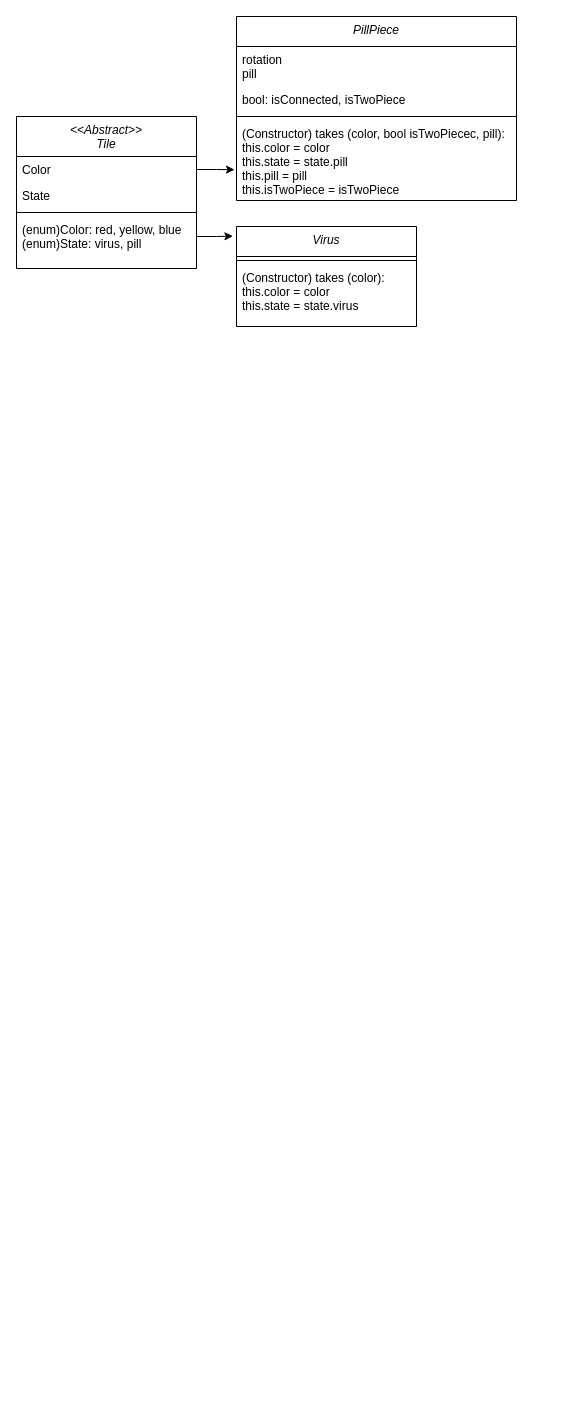
This is class diagram.drawio from Kr1ngl3/Amigo, a draw.io file, before an edit. Source tidied: cells renumbered, new cells numbered last; positions are measured from the earlier drawing's top-left corner, leaving out a move shared by most shapes. Both pictures are drawn from the tidied source at 100%, with x=0, y=0 at pixel (16, 16).
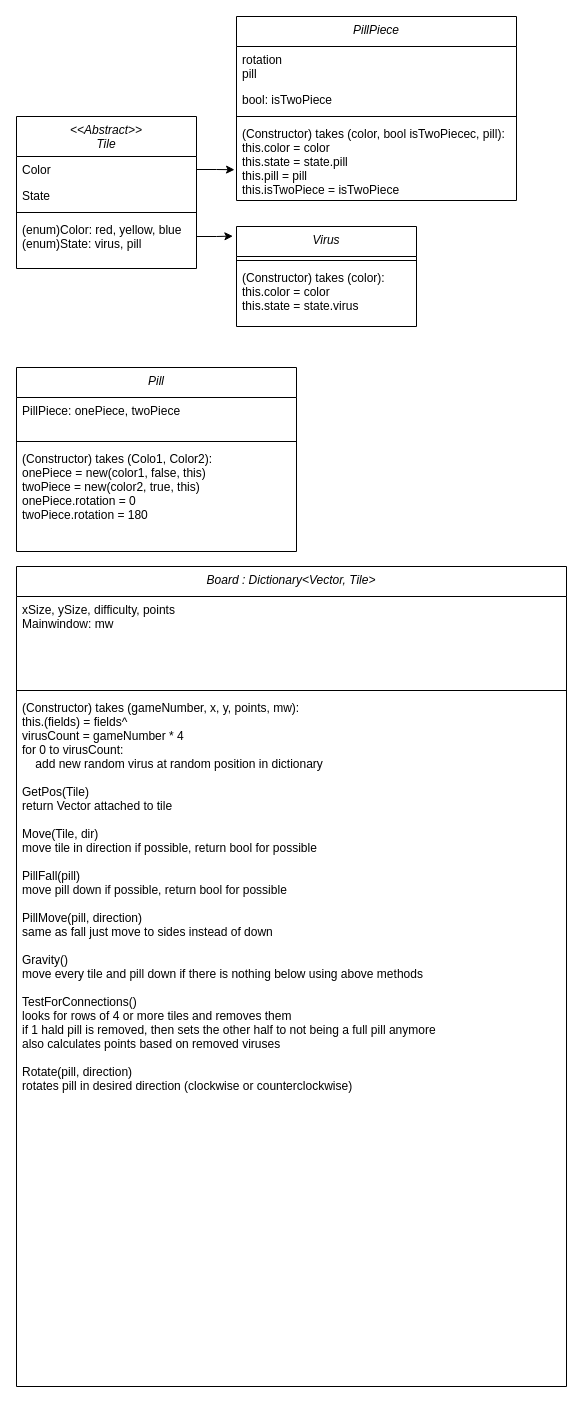
The same diagram, later.

Commit message (it also covers changes not shown here):
class diagram

The change refers to these unchanged cells:
```xml
<mxCell id="7" value="PillPiece" style="swimlane;fontStyle=2;align=center;verticalAlign=top;horizontal=1;startSize=30;rounded=0;shadow=0;strokeWidth=1;" parent="1" vertex="1">
  <mxGeometry x="220" width="280" height="184" as="geometry" />
</mxCell>
```

What changed in the source:
```diff
@@
-    <mxCell id="9" value="bool: isConnected, isTwoPiece" style="text;align=left;verticalAlign=top;spacingLeft=4;spacingRight=4;overflow=hidden;rounded=0;shadow=0;html=0;" parent="7" vertex="1">
+    <mxCell id="9" value="bool: isTwoPiece" style="text;align=left;verticalAlign=top;spacingLeft=4;spacingRight=4;overflow=hidden;rounded=0;shadow=0;html=0;" parent="7" vertex="1">
       <mxGeometry y="70" width="280" height="26" as="geometry" />
     </mxCell>
@@
+    <mxCell id="17" value="Pill" style="swimlane;fontStyle=2;align=center;verticalAlign=top;horizontal=1;startSize=30;rounded=0;shadow=0;strokeWidth=1;" parent="1" vertex="1">
+      <mxGeometry y="351" width="280" height="184" as="geometry" />
+    </mxCell>
+    <mxCell id="18" value="PillPiece: onePiece, twoPiece" style="text;align=left;verticalAlign=top;spacingLeft=4;spacingRight=4;overflow=hidden;" parent="17" vertex="1">
+      <mxGeometry y="30" width="280" height="40" as="geometry" />
+    </mxCell>
+    <mxCell id="19" style="line;html=1;strokeWidth=1;align=left;verticalAlign=middle;spacingTop=-1;spacingLeft=3;spacingRight=3;labelPosition=right;" parent="17" vertex="1">
+      <mxGeometry y="70" width="280" height="8" as="geometry" />
+    </mxCell>
+    <mxCell id="20" value="(Constructor) takes (Colo1, Color2):&#10;onePiece = new(color1, false, this)&#10;twoPiece = new(color2, true, this)&#10;onePiece.rotation = 0&#10;twoPiece.rotation = 180" style="text;align=left;verticalAlign=top;spacingLeft=4;spacingRight=4;overflow=hidden;" parent="17" vertex="1">
+      <mxGeometry y="78" width="280" height="80" as="geometry" />
+    </mxCell>
+    <mxCell id="21" value="Board : Dictionary&lt;Vector, Tile&gt;" style="swimlane;fontStyle=2;align=center;verticalAlign=top;horizontal=1;startSize=30;rounded=0;shadow=0;strokeWidth=1;" parent="1" vertex="1">
+      <mxGeometry y="550" width="550" height="820" as="geometry" />
+    </mxCell>
+    <mxCell id="22" value="xSize, ySize, difficulty, points&#10;Mainwindow: mw" style="text;align=left;verticalAlign=top;spacingLeft=4;spacingRight=4;overflow=hidden;" parent="21" vertex="1">
+      <mxGeometry y="30" width="550" height="90" as="geometry" />
+    </mxCell>
+    <mxCell id="23" style="line;html=1;strokeWidth=1;align=left;verticalAlign=middle;spacingTop=-1;spacingLeft=3;spacingRight=3;labelPosition=right;" parent="21" vertex="1">
+      <mxGeometry y="120" width="550" height="8" as="geometry" />
+    </mxCell>
+    <mxCell id="24" value="(Constructor) takes (gameNumber, x, y, points, mw):&#10;this.(fields) = fields^&#10;virusCount = gameNumber * 4&#10;for 0 to virusCount:&#10;    add new random virus at random position in dictionary&#10;&#10;GetPos(Tile)&#10;return Vector attached to tile&#10;&#10;Move(Tile, dir)&#10;move tile in direction if possible, return bool for possible&#10;&#10;PillFall(pill)&#10;move pill down if possible, return bool for possible&#10;&#10;PillMove(pill, direction)&#10;same as fall just move to sides instead of down&#10;&#10;Gravity()&#10;move every tile and pill down if there is nothing below using above methods&#10;&#10;TestForConnections()&#10;looks for rows of 4 or more tiles and removes them&#10;if 1 hald pill is removed, then sets the other half to not being a full pill anymore&#10;also calculates points based on removed viruses&#10;&#10;Rotate(pill, direction)&#10;rotates pill in desired direction (clockwise or counterclockwise)&#10;" style="text;align=left;verticalAlign=top;spacingLeft=4;spacingRight=4;overflow=hidden;" parent="21" vertex="1">
+      <mxGeometry y="128" width="550" height="692" as="geometry" />
+    </mxCell>
```
